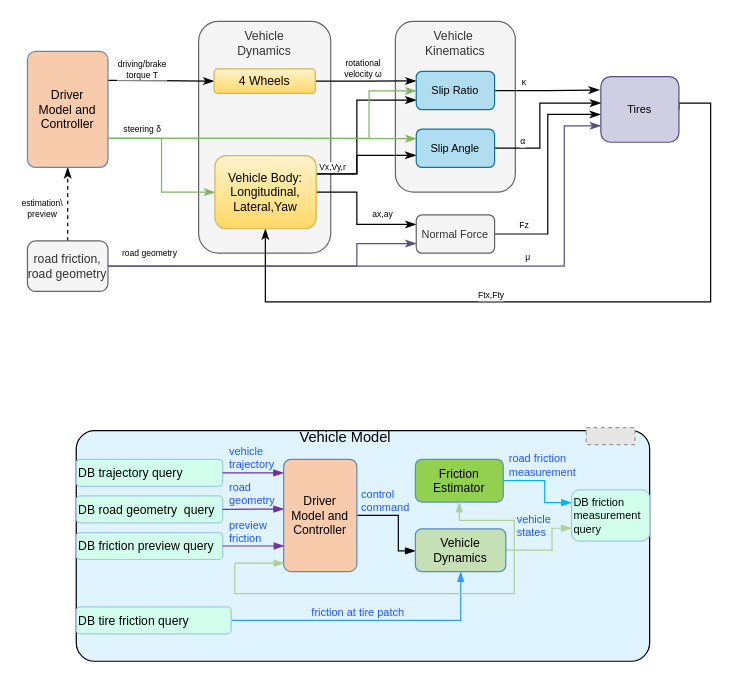
Above: vehicle dynamics.drawio in LimingGao/draw_io (draw.io), before the change. Source tidied: cells renumbered, new cells numbered last; positions are measured from the earlier drawing's top-left corner, leaving out a move shared by most shapes. Both pictures are drawn from the tidied source at 122%, with x=0, y=0 at pixel (27, 21). Pictures stored in the file or linked from it are replaced by grey dashed boxes.
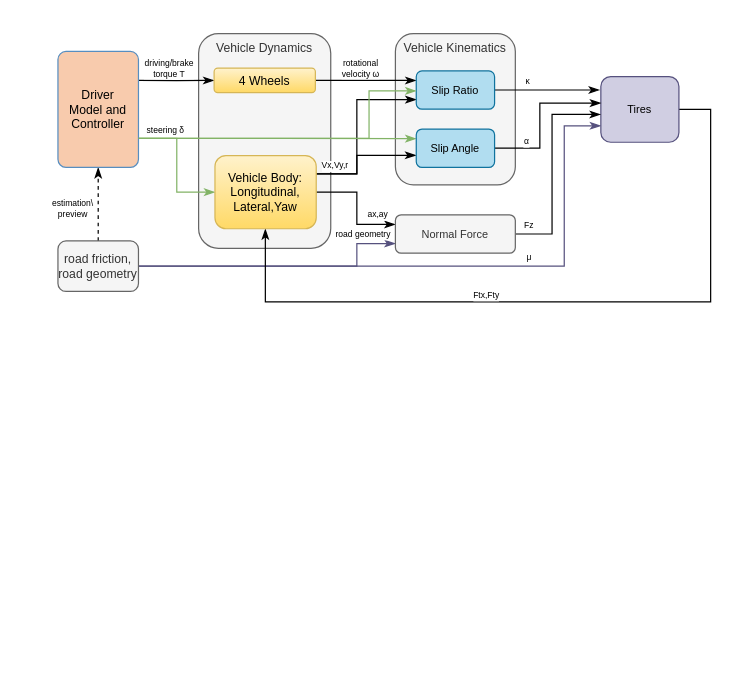
The same diagram, later.

The change refers to these unchanged cells:
```xml
<mxCell id="2" style="edgeStyle=orthogonalEdgeStyle;rounded=0;jettySize=auto;html=1;entryX=0;entryY=0.75;entryDx=0;entryDy=0;startArrow=none;startFill=0;endArrow=classicThin;endFill=1;fontSize=10;fillColor=#d0cee2;strokeColor=#56517e;" parent="1" edge="1" source="8" target="66">
  <mxGeometry relative="1" as="geometry">
    <Array as="points">
      <mxPoint x="270" y="201" />
      <mxPoint x="270" y="182" />
    </Array>
  </mxGeometry>
</mxCell>
<mxCell id="4" style="edgeStyle=orthogonalEdgeStyle;rounded=0;jettySize=auto;html=1;entryX=0;entryY=0.75;entryDx=0;entryDy=0;startArrow=none;startFill=0;endArrow=classicThin;endFill=1;fontSize=7;fillColor=#d0cee2;strokeColor=#56517e;" parent="1" edge="1" source="8" target="50">
  <mxGeometry relative="1" as="geometry">
    <Array as="points">
      <mxPoint x="440" y="201" />
      <mxPoint x="440" y="86" />
    </Array>
  </mxGeometry>
</mxCell>
<mxCell id="38" style="edgeStyle=orthogonalEdgeStyle;rounded=0;jettySize=auto;html=1;entryX=0;entryY=0.5;entryDx=0;entryDy=0;exitX=1;exitY=0.25;exitDx=0;exitDy=0;endArrow=classicThin;endFill=1;" parent="1" edge="1" source="43" target="46">
  <mxGeometry relative="1" as="geometry" />
</mxCell>
<mxCell id="40" style="edgeStyle=orthogonalEdgeStyle;rounded=0;jettySize=auto;html=1;exitX=1;exitY=0.75;exitDx=0;exitDy=0;fontSize=7;endArrow=classicThin;endFill=1;fillColor=#d5e8d4;strokeColor=#82b366;" parent="1" edge="1" source="43" target="56">
  <mxGeometry relative="1" as="geometry" />
</mxCell>
<mxCell id="44" style="edgeStyle=orthogonalEdgeStyle;rounded=0;jettySize=auto;html=1;fontSize=7;entryX=0;entryY=0.25;entryDx=0;entryDy=0;endArrow=classicThin;endFill=1;" parent="1" edge="1" source="46" target="62">
  <mxGeometry relative="1" as="geometry" />
</mxCell>
<mxCell id="50" value="Tires" style="rounded=1;align=center;verticalAlign=middle;fillColor=#d0cee2;strokeColor=#56517e;fontSize=9;fontStyle=0;" parent="1" vertex="1">
  <mxGeometry x="470" y="45.3" width="64" height="53.8" as="geometry" />
</mxCell>
<mxCell id="51" style="edgeStyle=orthogonalEdgeStyle;rounded=0;jettySize=auto;html=1;fontSize=7;entryX=-0.003;entryY=0.685;entryDx=0;entryDy=0;entryPerimeter=0;endArrow=classicThin;endFill=1;exitX=1;exitY=0.25;exitDx=0;exitDy=0;" parent="1" edge="1" source="56" target="59">
  <mxGeometry relative="1" as="geometry">
    <Array as="points">
      <mxPoint x="270" y="125" />
      <mxPoint x="270" y="110" />
    </Array>
  </mxGeometry>
</mxCell>
<mxCell id="57" style="edgeStyle=orthogonalEdgeStyle;rounded=0;jettySize=auto;html=1;startArrow=none;startFill=0;endArrow=classicThin;endFill=1;fontSize=7;" parent="1" edge="1" source="59" target="50">
  <mxGeometry relative="1" as="geometry">
    <Array as="points">
      <mxPoint x="420" y="104" />
      <mxPoint x="420" y="67" />
    </Array>
  </mxGeometry>
</mxCell>
<mxCell id="60" style="edgeStyle=orthogonalEdgeStyle;rounded=0;jettySize=auto;html=1;startArrow=none;startFill=0;endArrow=classicThin;endFill=1;fontSize=7;entryX=-0.016;entryY=0.204;entryDx=0;entryDy=0;entryPerimeter=0;" parent="1" edge="1" source="62" target="50">
  <mxGeometry relative="1" as="geometry" />
</mxCell>
```

Change to the diagram source:
```diff
@@
     <mxCell id="3" value="road geometry" style="edgeLabel;html=1;align=center;verticalAlign=middle;fontSize=7;" parent="2" vertex="1">
       <mxGeometry x="0.28" y="1" relative="1" as="geometry">
-        <mxPoint x="-140.1" y="-9.7" as="offset" />
+        <mxPoint x="36.6" y="-25.4" as="offset" />
       </mxGeometry>
     </mxCell>
@@
     <mxCell id="5" value="μ" style="edgeLabel;html=1;align=center;verticalAlign=middle;fontSize=7;" parent="4" vertex="1">
       <mxGeometry x="0.38" y="-1" relative="1" as="geometry">
-        <mxPoint x="-15" y="-8" as="offset" />
+        <mxPoint x="-22" y="-8" as="offset" />
       </mxGeometry>
     </mxCell>
@@
     <mxCell id="8" value="road friction,&#10;road geometry" style="rounded=1;labelBackgroundColor=none;arcSize=16;verticalAlign=middle;fontSize=10;align=center;fillColor=#f5f5f5;strokeColor=#666666;fontColor=#333333;" parent="1" vertex="1">
-      <mxGeometry y="180" width="66" height="41.4" as="geometry" />
+      <mxGeometry x="25" y="180" width="66" height="41.4" as="geometry" />
     </mxCell>
-    <mxCell id="9" value="Vehicle &#10;Kinematics" style="rounded=1;align=center;verticalAlign=top;fontSize=10;fontStyle=0;strokeColor=#666666;fillColor=#f5f5f5;fontColor=#333333;glass=0;" parent="1" vertex="1">
-      <mxGeometry x="301.6" width="98.3" height="140" as="geometry" />
+    <mxCell id="9" value="Vehicle Kinematics" style="rounded=1;align=center;verticalAlign=top;fontSize=10;fontStyle=0;strokeColor=#666666;fillColor=#f5f5f5;fontColor=#333333;glass=0;" parent="1" vertex="1">
+      <mxGeometry x="301.6" y="10" width="98.3" height="124" as="geometry" />
     </mxCell>
-    <mxCell id="10" value="Vehicle&#10;Dynamics" style="rounded=1;align=center;verticalAlign=top;fontSize=10;fontStyle=0;strokeColor=#666666;fillColor=#f5f5f5;fontColor=#333333;glass=0;" parent="1" vertex="1">
-      <mxGeometry x="140.3" width="108.3" height="190" as="geometry" />
+    <mxCell id="10" value="Vehicle Dynamics" style="rounded=1;align=center;verticalAlign=top;fontSize=10;fontStyle=0;strokeColor=#666666;fillColor=#f5f5f5;fontColor=#333333;glass=0;" parent="1" vertex="1">
+      <mxGeometry x="140.3" y="10" width="108.3" height="176" as="geometry" />
     </mxCell>
-    <mxCell id="11" style="rounded=1;fillColor=#E0F4FF;labelBackgroundColor=#ffffff;arcSize=8;" parent="1" vertex="1">
-      <mxGeometry x="40" y="335.5" width="470" height="189" as="geometry" />
-    </mxCell>
-    <mxCell id="12" value="Vehicle Model" style="text;align=center;verticalAlign=middle;fillColor=none;strokeColor=none;rounded=0;" parent="1" vertex="1">
-      <mxGeometry x="215.8" y="330" width="90" height="20" as="geometry" />
-    </mxCell>
-    <mxCell id="13" value="DB trajectory query" style="rounded=1;align=left;verticalAlign=middle;fillColor=#D1FFEC;strokeColor=#A2C7E8;fontSize=10;fontStyle=0;" parent="1" vertex="1">
-      <mxGeometry x="40" y="359" width="120" height="22.1" as="geometry" />
-    </mxCell>
-    <mxCell id="14" value="DB road geometry  query" style="rounded=1;align=left;verticalAlign=middle;fillColor=#D1FFEC;strokeColor=#A2C7E8;fontSize=10;fontStyle=0;" parent="1" vertex="1">
-      <mxGeometry x="40" y="389" width="120" height="22.1" as="geometry" />
-    </mxCell>
-    <mxCell id="15" value="DB friction preview query" style="rounded=1;align=left;verticalAlign=middle;fillColor=#D1FFEC;strokeColor=#A2C7E8;fontSize=10;fontStyle=0;" parent="1" vertex="1">
-      <mxGeometry x="40" y="419" width="120" height="22.1" as="geometry" />
-    </mxCell>
-    <mxCell id="16" style="edgeStyle=orthogonalEdgeStyle;rounded=0;jettySize=auto;endArrow=blockThin;endFill=1;fontSize=8;fontColor=#2155FF;strokeColor=#3399FF;" parent="1" edge="1" source="18" target="33">
-      <mxGeometry relative="1" as="geometry" />
-    </mxCell>
-    <mxCell id="17" value="friction at tire patch" style="edgeLabel;align=left;verticalAlign=middle;fontSize=9;labelBackgroundColor=none;fontColor=#2155FF;" parent="16" vertex="1">
-      <mxGeometry x="-0.29" y="-1" relative="1" as="geometry">
-        <mxPoint x="-16.8" y="-8" as="offset" />
-      </mxGeometry>
-    </mxCell>
-    <mxCell id="18" value="DB tire friction query" style="rounded=1;align=left;verticalAlign=middle;fillColor=#D1FFEC;strokeColor=#A2C7E8;fontSize=10;fontStyle=0;" parent="1" vertex="1">
-      <mxGeometry x="40" y="480" width="127" height="22" as="geometry" />
-    </mxCell>
-    <mxCell id="19" style="edgeStyle=orthogonalEdgeStyle;jettySize=auto;endArrow=blockThin;endFill=1;fontSize=10;fontColor=#2155FF;rounded=0;" parent="1" edge="1" source="21" target="33">
-      <mxGeometry relative="1" as="geometry">
-        <Array as="points">
-          <mxPoint x="304" y="405" />
-          <mxPoint x="304" y="434" />
-        </Array>
-      </mxGeometry>
-    </mxCell>
-    <mxCell id="20" value="control &#10;command" style="edgeLabel;align=left;verticalAlign=middle;fontSize=9;fontColor=#2155FF;labelBackgroundColor=none;" parent="19" vertex="1">
-      <mxGeometry x="0.3" relative="1" as="geometry">
-        <mxPoint x="-32" y="-28.6" as="offset" />
-      </mxGeometry>
-    </mxCell>
-    <mxCell id="21" value="Driver &#10;Model and &#10;Controller" style="rounded=1;align=center;verticalAlign=middle;fontSize=10;fontStyle=0;fillColor=#F8CBAD;strokeColor=#578EC0;arcSize=10;" parent="1" vertex="1">
-      <mxGeometry x="210" y="359" width="60" height="92" as="geometry" />
-    </mxCell>
-    <mxCell id="22" style="endArrow=blockThin;strokeColor=#7030A0;fontSize=10;fontColor=#2155FF;endFill=1;entryX=0.001;entryY=0.121;entryDx=0;entryDy=0;entryPerimeter=0;exitX=1;exitY=0.5;exitDx=0;exitDy=0;" parent="1" edge="1" source="13" target="21">
-      <mxGeometry relative="1" as="geometry" />
-    </mxCell>
-    <mxCell id="23" value="vehicle &#10;trajectory" style="edgeLabel;align=left;verticalAlign=middle;labelBackgroundColor=none;fontSize=9;fontColor=#2155FF;" parent="22" vertex="1">
-      <mxGeometry relative="1" as="geometry">
-        <mxPoint x="-21.3" y="-13" as="offset" />
-      </mxGeometry>
-    </mxCell>
-    <mxCell id="24" style="endArrow=blockThin;strokeColor=#7030A0;fontSize=10;endFill=1;entryX=0.006;entryY=0.772;entryDx=0;entryDy=0;entryPerimeter=0;fontColor=#2155FF;exitX=1;exitY=0.5;exitDx=0;exitDy=0;" parent="1" edge="1" source="15" target="21">
-      <mxGeometry relative="1" as="geometry" />
-    </mxCell>
-    <mxCell id="25" value="preview &#10;friction" style="edgeLabel;align=left;verticalAlign=middle;labelBackgroundColor=none;fontSize=9;fontColor=#2155FF;" parent="24" vertex="1">
-      <mxGeometry relative="1" as="geometry">
-        <mxPoint x="-21.3" y="-12" as="offset" />
-      </mxGeometry>
-    </mxCell>
-    <mxCell id="26" style="endArrow=blockThin;strokeColor=#7030A0;fontSize=10;endFill=1;entryX=0.002;entryY=0.443;entryDx=0;entryDy=0;entryPerimeter=0;fontColor=#2155FF;exitX=1;exitY=0.5;exitDx=0;exitDy=0;" parent="1" edge="1" source="14" target="21">
-      <mxGeometry relative="1" as="geometry" />
-    </mxCell>
-    <mxCell id="27" value="road &#10;geometry" style="edgeLabel;align=left;verticalAlign=middle;labelBackgroundColor=none;fontSize=9;fontColor=#2155FF;" parent="26" vertex="1">
-      <mxGeometry relative="1" as="geometry">
-        <mxPoint x="-21.3" y="-13" as="offset" />
-      </mxGeometry>
-    </mxCell>
-    <mxCell id="28" style="edgeStyle=orthogonalEdgeStyle;rounded=0;jettySize=auto;entryX=0;entryY=0.25;entryDx=0;entryDy=0;endArrow=blockThin;endFill=1;fontSize=10;fontColor=#2155FF;strokeColor=#05B2F0;" parent="1" edge="1" source="30" target="34">
-      <mxGeometry relative="1" as="geometry">
-        <Array as="points">
-          <mxPoint x="424" y="377" />
-          <mxPoint x="424" y="395" />
-        </Array>
-      </mxGeometry>
-    </mxCell>
-    <mxCell id="29" value="road friction &#10;measurement " style="edgeLabel;align=left;verticalAlign=middle;fontSize=9;labelBackgroundColor=none;fontColor=#2155FF;" parent="28" vertex="1">
-      <mxGeometry x="0.2" relative="1" as="geometry">
-        <mxPoint x="-31" y="-22.9" as="offset" />
-      </mxGeometry>
-    </mxCell>
-    <mxCell id="30" value="Friction &#10;Estimator" style="rounded=1;align=center;verticalAlign=middle;fontSize=10;fontStyle=0;fillColor=#92D050;strokeColor=#5890C3;" parent="1" vertex="1">
-      <mxGeometry x="318" y="359" width="72" height="35" as="geometry" />
-    </mxCell>
-    <mxCell id="31" style="edgeStyle=orthogonalEdgeStyle;rounded=0;jettySize=auto;entryX=0;entryY=0.75;entryDx=0;entryDy=0;endArrow=blockThin;endFill=1;fontSize=10;fontColor=#2155FF;strokeColor=#ABD294;" parent="1" edge="1" source="33" target="34">
-      <mxGeometry relative="1" as="geometry">
-        <Array as="points">
-          <mxPoint x="430" y="434" />
-          <mxPoint x="430" y="415" />
-        </Array>
-      </mxGeometry>
-    </mxCell>
-    <mxCell id="32" value="vehicle&#10;states" style="edgeLabel;align=left;verticalAlign=middle;fontSize=9;labelBackgroundColor=none;fontColor=#2155FF;" parent="31" vertex="1">
-      <mxGeometry x="-0.26" y="4" relative="1" as="geometry">
-        <mxPoint x="-19.6" y="-16.6" as="offset" />
-      </mxGeometry>
-    </mxCell>
-    <mxCell id="33" value="Vehicle &#10;Dynamics" style="rounded=1;align=center;verticalAlign=middle;fontSize=10;fontStyle=0;strokeColor=#578EC0;fillColor=#C5E0B4;" parent="1" vertex="1">
-      <mxGeometry x="318" y="416" width="74.1" height="35" as="geometry" />
-    </mxCell>
-    <mxCell id="34" value="DB friction&#10;measurement&#10;query" style="rounded=1;align=left;verticalAlign=middle;fillColor=#D1FFEC;strokeColor=#A2C7E8;fontSize=9;fontStyle=0;" parent="1" vertex="1">
-      <mxGeometry x="446" y="384" width="64" height="42" as="geometry" />
-    </mxCell>
-    <mxCell id="35" style="fillColor=#E6E6E6;strokeColor=#999999;dashed=1;verticalLabelPosition=bottom;labelBackgroundColor=#ffffff;verticalAlign=top;" parent="1" vertex="1">
-      <mxGeometry x="458" y="333" width="40" height="14" as="geometry" />
-    </mxCell>
-    <mxCell id="36" style="edgeStyle=orthogonalEdgeStyle;rounded=0;jettySize=auto;entryX=0.5;entryY=1;entryDx=0;entryDy=0;endArrow=blockThin;endFill=1;fontSize=10;fontColor=#2155FF;strokeColor=#ABD294;" parent="1" edge="1" target="30">
-      <mxGeometry relative="1" as="geometry">
-        <mxPoint x="399" y="434" as="sourcePoint" />
-        <Array as="points">
-          <mxPoint x="354" y="409" />
-        </Array>
-      </mxGeometry>
-    </mxCell>
-    <mxCell id="37" style="edgeStyle=orthogonalEdgeStyle;rounded=0;jettySize=auto;entryX=0.007;entryY=0.925;entryDx=0;entryDy=0;endArrow=blockThin;endFill=1;fontSize=10;fontColor=#2155FF;strokeColor=#ABD294;entryPerimeter=0;" parent="1" edge="1" target="21">
-      <mxGeometry relative="1" as="geometry">
-        <mxPoint x="399" y="433" as="sourcePoint" />
-        <Array as="points">
-          <mxPoint x="399" y="469" />
-          <mxPoint x="170" y="469" />
-          <mxPoint x="170" y="444" />
-          <mxPoint x="210" y="444" />
-        </Array>
-      </mxGeometry>
-    </mxCell>
@@
     <mxCell id="39" value="driving/brake &lt;br&gt;torque T" style="edgeLabel;html=1;align=center;verticalAlign=middle;fontSize=7;" parent="38" vertex="1">
       <mxGeometry x="-0.26" y="-1" relative="1" as="geometry">
-        <mxPoint x="-4.8" y="-10.4" as="offset" />
+        <mxPoint x="1.2" y="-11.4" as="offset" />
       </mxGeometry>
     </mxCell>
@@
     <mxCell id="41" value="steering δ" style="edgeLabel;html=1;align=center;verticalAlign=middle;fontSize=7;" parent="40" vertex="1">
       <mxGeometry x="-0.2" y="1" relative="1" as="geometry">
-        <mxPoint x="-17.9" y="-16.1" as="offset" />
+        <mxPoint x="-10.9" y="-18.1" as="offset" />
       </mxGeometry>
     </mxCell>
@@
     <mxCell id="43" value="Driver &#10;Model and &#10;Controller" style="rounded=1;align=center;verticalAlign=middle;fontSize=10;fontStyle=0;fillColor=#F8CBAD;strokeColor=#578EC0;arcSize=10;" parent="1" vertex="1">
-      <mxGeometry y="24.7" width="66" height="95" as="geometry" />
+      <mxGeometry x="25" y="24.7" width="66" height="95" as="geometry" />
     </mxCell>
@@
     <mxCell id="45" value="rotational &lt;br&gt;velocity&amp;nbsp;ω" style="edgeLabel;html=1;align=center;verticalAlign=middle;fontSize=7;" parent="44" vertex="1">
       <mxGeometry x="0.17" relative="1" as="geometry">
-        <mxPoint x="-9.2" y="-9.9" as="offset" />
+        <mxPoint x="-11.2" y="-10.4" as="offset" />
       </mxGeometry>
     </mxCell>
     <mxCell id="46" value="4 Wheels" style="rounded=1;align=center;verticalAlign=middle;fontSize=10;fontStyle=0;fillColor=#fff2cc;strokeColor=#d6b656;gradientColor=#ffd966;" parent="1" vertex="1">
-      <mxGeometry x="153" y="39" width="83" height="20" as="geometry" />
+      <mxGeometry x="153" y="38.4" width="83" height="20" as="geometry" />
     </mxCell>
@@
     <mxCell id="48" style="edgeStyle=orthogonalEdgeStyle;rounded=0;jettySize=auto;html=1;exitX=1;exitY=0.5;exitDx=0;exitDy=0;fontSize=7;endArrow=classicThin;endFill=1;" parent="1" edge="1" source="50">
       <mxGeometry relative="1" as="geometry">
         <mxPoint x="195" y="170" as="targetPoint" />
         <Array as="points">
-          <mxPoint x="534" y="67" />
-          <mxPoint x="560" y="67" />
+          <mxPoint x="560" y="72" />
           <mxPoint x="560" y="230" />
           <mxPoint x="195" y="230" />
         </Array>
       </mxGeometry>
     </mxCell>
@@
     <mxCell id="52" value="Vx,Vy,r" style="edgeLabel;html=1;align=center;verticalAlign=middle;fontSize=7;" parent="51" vertex="1">
       <mxGeometry x="-0.62" relative="1" as="geometry">
-        <mxPoint x="-4.9" y="-5.3" as="offset" />
+        <mxPoint x="-2.9" y="-6.3" as="offset" />
       </mxGeometry>
     </mxCell>
@@
     <mxCell id="58" value="α" style="edgeLabel;html=1;align=center;verticalAlign=middle;fontSize=7;" parent="57" vertex="1">
       <mxGeometry x="-0.64" y="-1" relative="1" as="geometry">
-        <mxPoint x="0.8" y="-6.9" as="offset" />
+        <mxPoint x="3.8" y="-6.9" as="offset" />
       </mxGeometry>
     </mxCell>
@@
     <mxCell id="61" value="κ" style="edgeLabel;html=1;align=center;verticalAlign=middle;fontSize=7;" parent="60" vertex="1">
       <mxGeometry x="0.02" y="6" relative="1" as="geometry">
-        <mxPoint x="-20.4" y="-0.3" as="offset" />
+        <mxPoint x="-17.4" y="-0.3" as="offset" />
       </mxGeometry>
     </mxCell>
     <mxCell id="62" value="Slip Ratio" style="rounded=1;align=center;verticalAlign=middle;fillColor=#b1ddf0;strokeColor=#10739e;fontSize=9;fontStyle=0;" parent="1" vertex="1">
-      <mxGeometry x="318.7" y="41" width="64.2" height="31.4" as="geometry" />
+      <mxGeometry x="318.7" y="40.6" width="64.2" height="31.4" as="geometry" />
     </mxCell>
@@
     <mxCell id="64" style="edgeStyle=orthogonalEdgeStyle;rounded=0;jettySize=auto;html=1;entryX=-0.003;entryY=0.576;entryDx=0;entryDy=0;startArrow=none;startFill=0;endArrow=classicThin;endFill=1;fontSize=7;entryPerimeter=0;" parent="1" edge="1" source="66" target="50">
-      <mxGeometry relative="1" as="geometry" />
+      <mxGeometry relative="1" as="geometry">
+        <Array as="points">
+          <mxPoint x="430" y="174" />
+          <mxPoint x="430" y="76" />
+        </Array>
+      </mxGeometry>
     </mxCell>
     <mxCell id="65" value="Fz" style="edgeLabel;html=1;align=center;verticalAlign=middle;fontSize=7;" parent="64" vertex="1">
       <mxGeometry x="-0.74" y="1" relative="1" as="geometry">
-        <mxPoint y="-6" as="offset" />
+        <mxPoint x="-11" y="-6" as="offset" />
       </mxGeometry>
     </mxCell>
     <mxCell id="66" value="Normal Force" style="rounded=1;align=center;verticalAlign=middle;fontSize=9;fontStyle=0;fillColor=#f5f5f5;strokeColor=#666666;fontColor=#333333;" parent="1" vertex="1">
-      <mxGeometry x="318.7" y="158.6" width="64.2" height="31.4" as="geometry" />
+      <mxGeometry x="301.6" y="158.6" width="98.3" height="31.4" as="geometry" />
     </mxCell>
```
